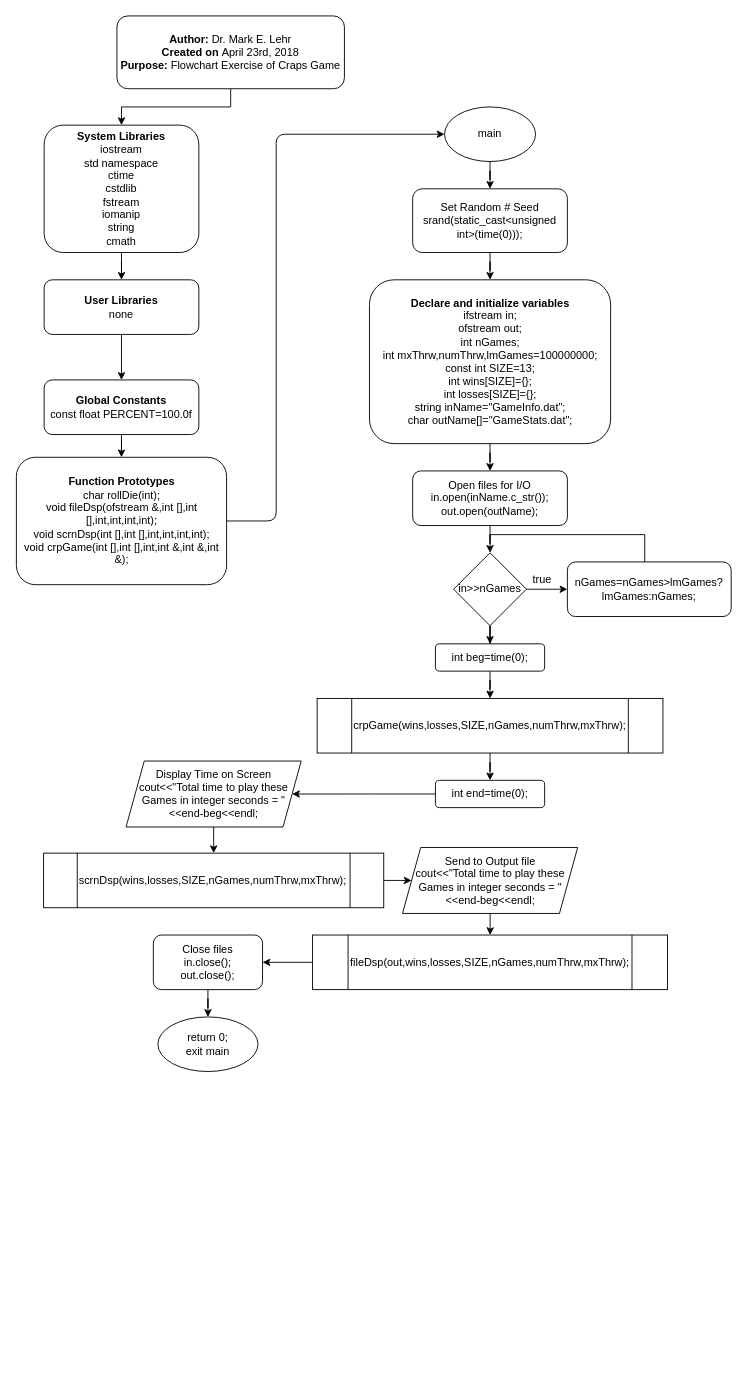
ak2798094/KoksalAttila_CIS17A_43396 keeps this draw.io diagram as Lab/CrapsFlowchart.drawio. Above is the earlier version. Source tidied: cells renumbered, new cells numbered last; positions are measured from the earlier drawing's top-left corner, leaving out a move shared by most shapes. Both pictures are drawn from the tidied source at 91%, with x=0, y=0 at pixel (16, 15).
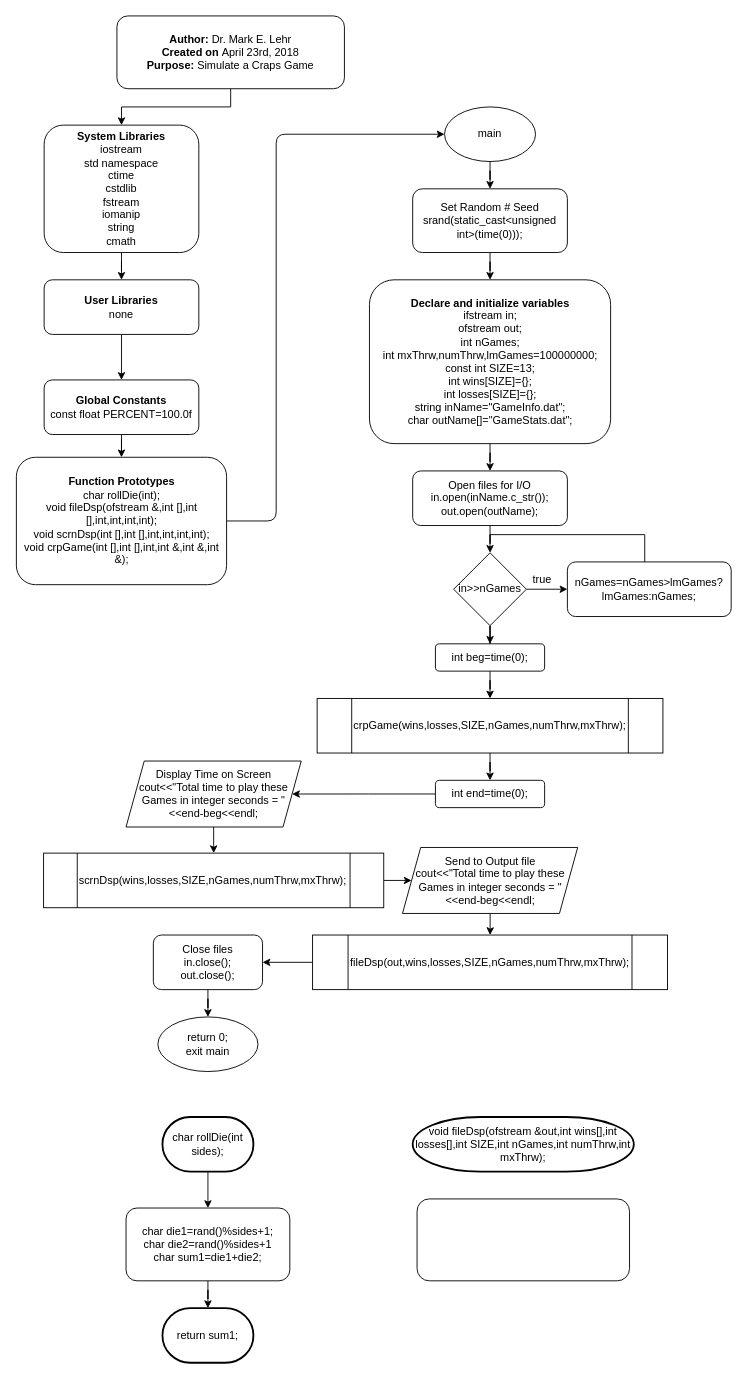
After the change.

Commit message:
Signed-off-by: ak2798094 <akoksal@student.rccd.edu>

The edit, as a diff of the source:
```diff
@@
-    <mxCell id="3" value="&lt;b&gt;Author:&lt;/b&gt;&amp;nbsp;Dr. Mark E. Lehr&lt;br&gt;&lt;b&gt;Created on&lt;/b&gt;&amp;nbsp;April 23rd, 2018&lt;br&gt;&lt;b&gt;Purpose:&lt;/b&gt; Flowchart Exercise of Craps Game" style="rounded=1;whiteSpace=wrap;html=1;" parent="1" vertex="1">
+    <mxCell id="3" value="&lt;b&gt;Author:&lt;/b&gt;&amp;nbsp;Dr. Mark E. Lehr&lt;br&gt;&lt;b&gt;Created on&lt;/b&gt;&amp;nbsp;April 23rd, 2018&lt;br&gt;&lt;b&gt;Purpose:&lt;/b&gt;&amp;nbsp;Simulate a Craps Game" style="rounded=1;whiteSpace=wrap;html=1;" parent="1" vertex="1">
       <mxGeometry x="110" width="250" height="80" as="geometry" />
     </mxCell>
@@
+    <mxCell id="44" style="edgeStyle=orthogonalEdgeStyle;rounded=0;jettySize=auto;html=1;" parent="1" edge="1" source="45" target="47">
+      <mxGeometry relative="1" as="geometry" />
+    </mxCell>
+    <mxCell id="45" value="char rollDie(int sides);" style="strokeWidth=2;html=1;shape=mxgraph.flowchart.terminator;whiteSpace=wrap;" parent="1" vertex="1">
+      <mxGeometry x="160" y="1210" width="100" height="60" as="geometry" />
+    </mxCell>
+    <mxCell id="46" style="edgeStyle=orthogonalEdgeStyle;rounded=0;jettySize=auto;html=1;" parent="1" edge="1" source="47" target="48">
+      <mxGeometry relative="1" as="geometry" />
+    </mxCell>
+    <mxCell id="47" value="char die1=rand()%sides+1;&lt;br&gt;char die2=rand()%sides+1&lt;br&gt;char sum1=die1+die2;" style="rounded=1;whiteSpace=wrap;html=1;" parent="1" vertex="1">
+      <mxGeometry x="120" y="1310" width="180" height="80" as="geometry" />
+    </mxCell>
+    <mxCell id="48" value="return sum1;" style="strokeWidth=2;html=1;shape=mxgraph.flowchart.terminator;whiteSpace=wrap;" parent="1" vertex="1">
+      <mxGeometry x="160" y="1420" width="100" height="60" as="geometry" />
+    </mxCell>
+    <mxCell id="49" value="void fileDsp(ofstream &amp;amp;out,int wins[],int losses[],int SIZE,int nGames,int numThrw,int mxThrw);" style="strokeWidth=2;html=1;shape=mxgraph.flowchart.terminator;whiteSpace=wrap;" parent="1" vertex="1">
+      <mxGeometry x="435" y="1210" width="243" height="60" as="geometry" />
+    </mxCell>
+    <mxCell id="50" style="rounded=1;whiteSpace=wrap;html=1;" parent="1" vertex="1">
+      <mxGeometry x="439.8" y="1300" width="233.5" height="90" as="geometry" />
+    </mxCell>
```
